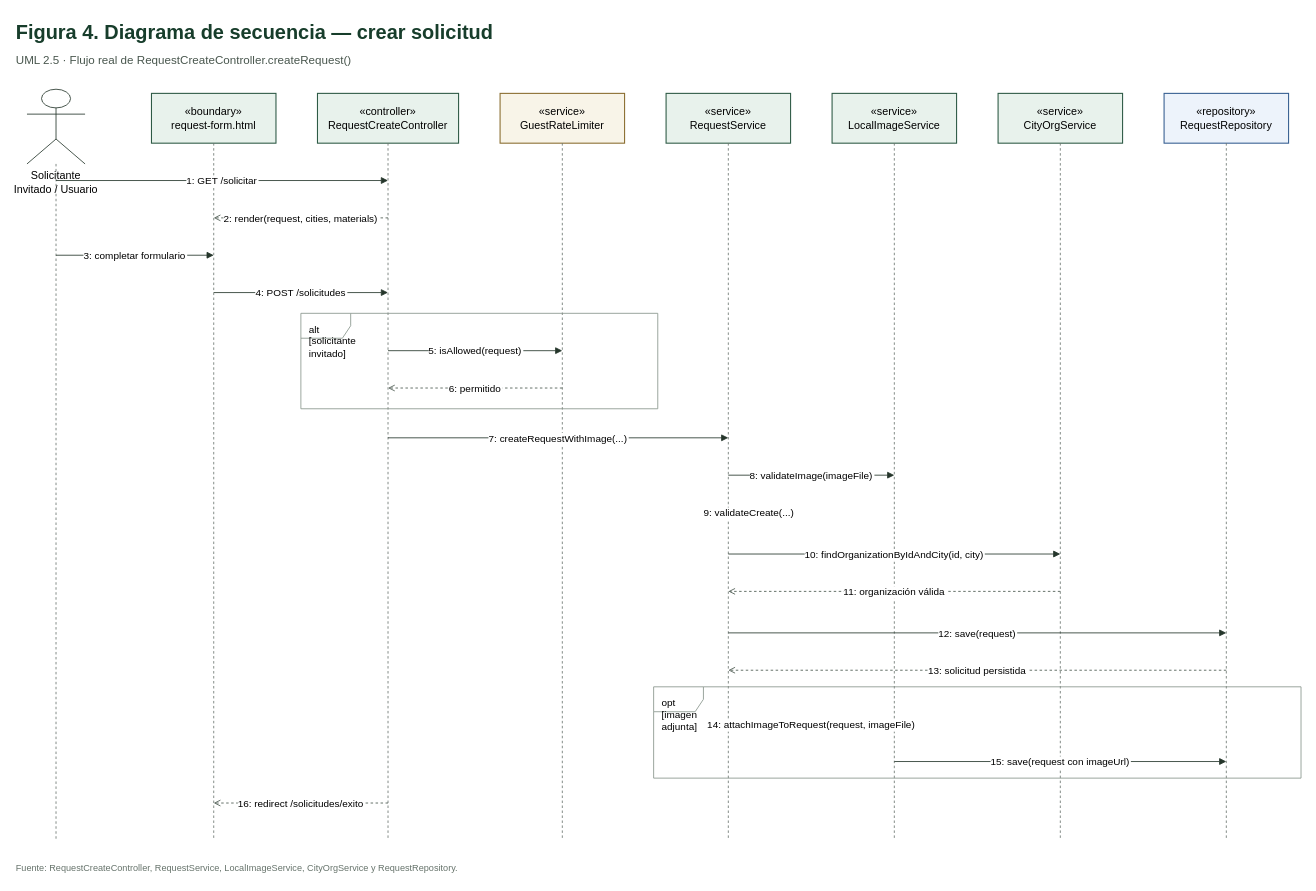
The draw.io diagram docs/diagrams/figura4-secuencia.drawio in fedegonc/residuosolido, before the edit. Source tidied: cells renumbered, new cells numbered last; positions are measured from the earlier drawing's top-left corner, leaving out a move shared by most shapes. Both pictures are drawn from the tidied source at 83%, with x=0, y=0 at pixel (14, 14).
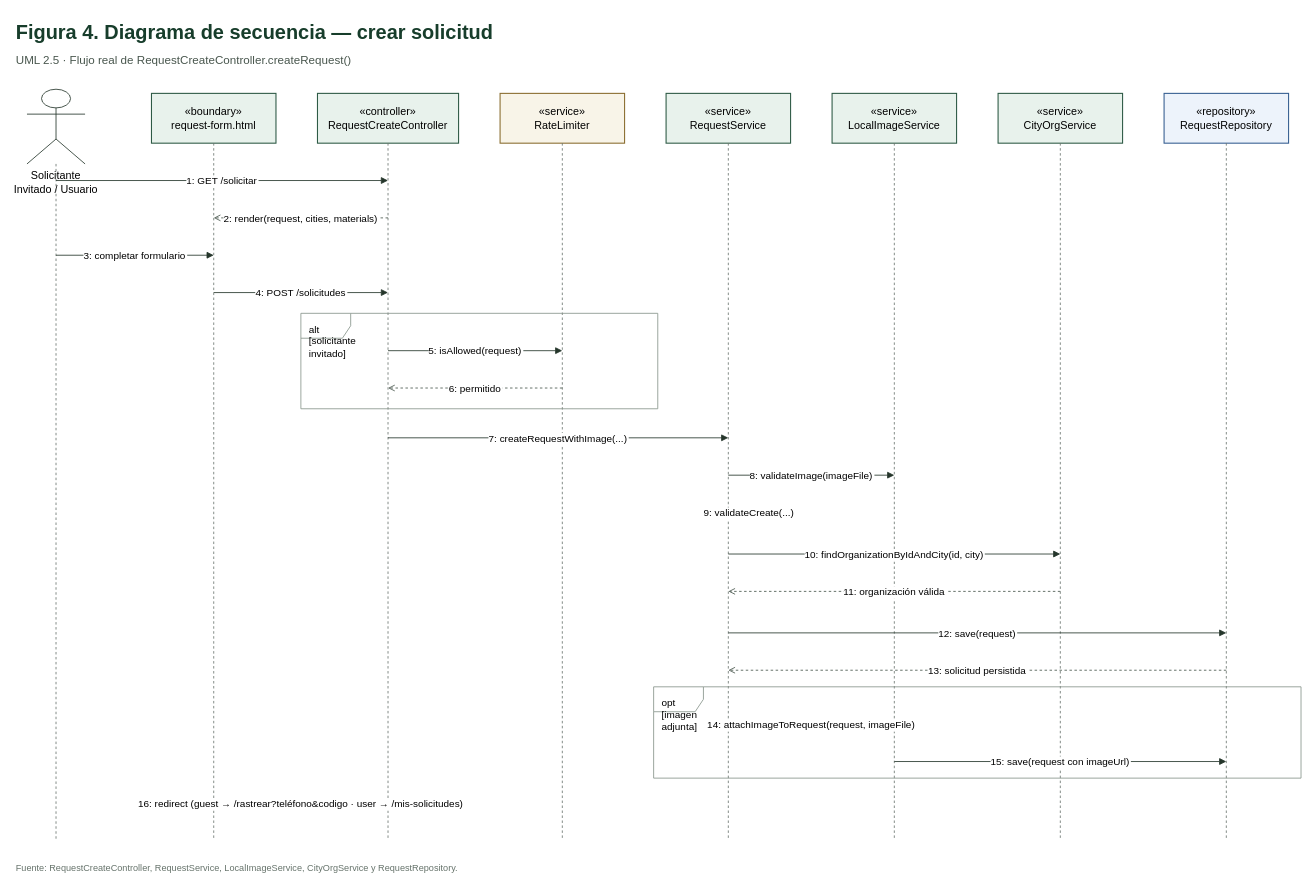
The same page after the edit.

The edit, as a diff of the source:
```diff
@@
-    <mxCell id="7" value="«service»&#10;GuestRateLimiter" style="rounded=0;whiteSpace=wrap;html=0;fontFamily=Helvetica;fontSize=13;fillColor=#f8f4e8;strokeColor=#8a6d2f;strokeWidth=1.3;" parent="1" vertex="1">
+    <mxCell id="7" value="«service»&#10;RateLimiter" style="rounded=0;whiteSpace=wrap;html=0;fontFamily=Helvetica;fontSize=13;fillColor=#f8f4e8;strokeColor=#8a6d2f;strokeWidth=1.3;" parent="1" vertex="1">
       <mxGeometry x="585" y="95" width="150" height="60" as="geometry" />
     </mxCell>
@@
-    <mxCell id="37" value="16: redirect /solicitudes/exito" style="endArrow=open;dashed=1;html=0;fontFamily=Helvetica;fontSize=12;strokeColor=#48564d;" parent="1" edge="1">
+    <mxCell id="37" value="16: redirect (guest → /rastrear?teléfono&amp;codigo · user → /mis-solicitudes)" style="endArrow=open;dashed=1;html=0;fontFamily=Helvetica;fontSize=12;strokeColor=#48564d;" parent="1" edge="1">
       <mxGeometry relative="1" as="geometry">
         <mxPoint x="450" y="950" as="sourcePoint" />
         <mxPoint x="240" y="950" as="targetPoint" />
       </mxGeometry>
     </mxCell>
```
